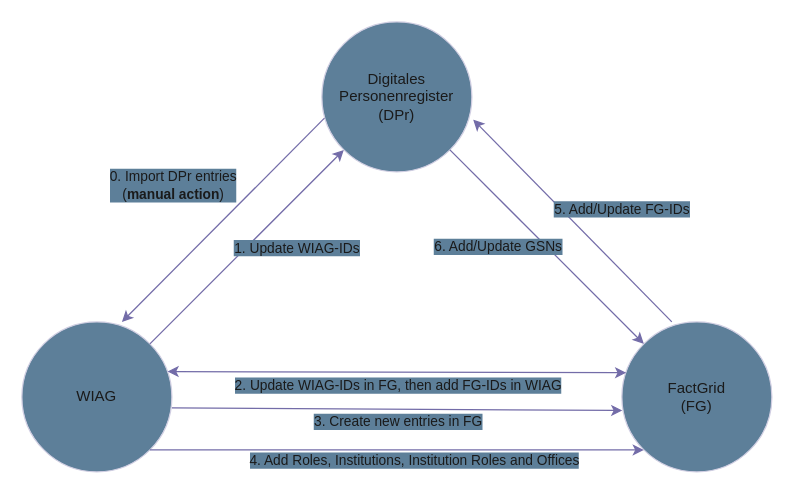
WIAG-ADW-GOE/sync_notebooks keeps this draw.io diagram as docs/images/sync_notebooks.drawio. Above is the earlier version. Source tidied: cells renumbered, new cells numbered last; positions are measured from the earlier drawing's top-left corner, leaving out a move shared by most shapes. Both pictures are drawn from the tidied source at 125%, with x=0, y=0 at pixel (21, 21).
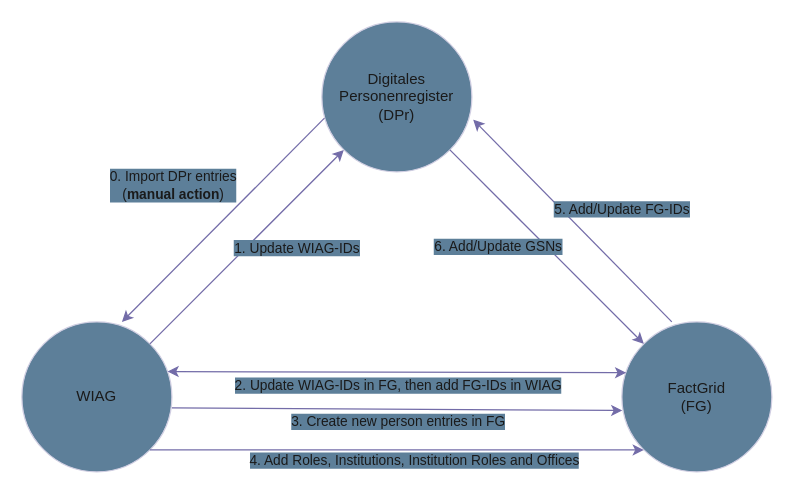
After the change.

The change refers to these unchanged cells:
```xml
<mxCell id="11" style="endArrow=classic;html=1;rounded=0;exitX=1;exitY=0.573;exitDx=0;exitDy=0;entryX=0.003;entryY=0.591;entryDx=0;entryDy=0;exitPerimeter=0;entryPerimeter=0;labelBackgroundColor=none;strokeColor=#736CA8;fontColor=default;" parent="1" edge="1" source="2" target="3">
  <mxGeometry relative="1" as="geometry" />
</mxCell>
```

The edit, as a diff of the source:
```diff
@@
-    <mxCell id="12" value="&lt;div&gt;3. Create new entries in FG&lt;/div&gt;" style="edgeLabel;html=1;align=center;verticalAlign=middle;labelBackgroundColor=light-dark(#5D7F99,#6C899F);fontColor=#1A1A1A;" parent="11" vertex="1">
+    <mxCell id="12" value="&lt;div&gt;3. Create new person entries in FG&lt;/div&gt;" style="edgeLabel;html=1;align=center;verticalAlign=middle;labelBackgroundColor=light-dark(#5D7F99,#6C899F);fontColor=#1A1A1A;" parent="11" vertex="1">
       <mxGeometry x="0.13" y="1" relative="1" as="geometry">
         <mxPoint x="-24" y="11" as="offset" />
       </mxGeometry>
     </mxCell>
```
